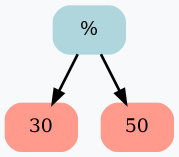
Above: Expression.png in RTCupid/Differentiator (Graphviz), before the change. Its source is kept beside it as Expression.dot.
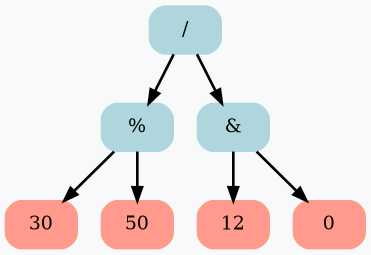
The same diagram one commit later.

Change to the diagram source:
```diff
@@ -1,9 +1,17 @@
 digraph G {
 	rankdir = HR;
 	bgcolor="#F7F9FB"
+	 node0x503000000160 [shape=Mrecord; style=filled; color="#aed6dc"; label =  "/ " ];
+	 node0x503000000160 -> node0x5030000000a0 [ style=bold; weight=1000; ];
+	 node0x503000000160 -> node0x503000000130 [ style=bold; weight=1000; ];
 	 node0x5030000000a0 [shape=Mrecord; style=filled; color="#aed6dc"; label =  "% " ];
 	 node0x5030000000a0 -> node0x503000000040 [ style=bold; weight=1000; ];
 	 node0x5030000000a0 -> node0x503000000070 [ style=bold; weight=1000; ];
 	 node0x503000000040 [shape=Mrecord; style=filled; color="#ff9a8d"; label =  "30 " ];
 	 node0x503000000070 [shape=Mrecord; style=filled; color="#ff9a8d"; label =  "50 " ];
+	 node0x503000000130 [shape=Mrecord; style=filled; color="#aed6dc"; label =  "& " ];
+	 node0x503000000130 -> node0x5030000000d0 [ style=bold; weight=1000; ];
+	 node0x503000000130 -> node0x503000000100 [ style=bold; weight=1000; ];
+	 node0x5030000000d0 [shape=Mrecord; style=filled; color="#ff9a8d"; label =  "12 " ];
+	 node0x503000000100 [shape=Mrecord; style=filled; color="#ff9a8d"; label =  "0 " ];
 }
```
